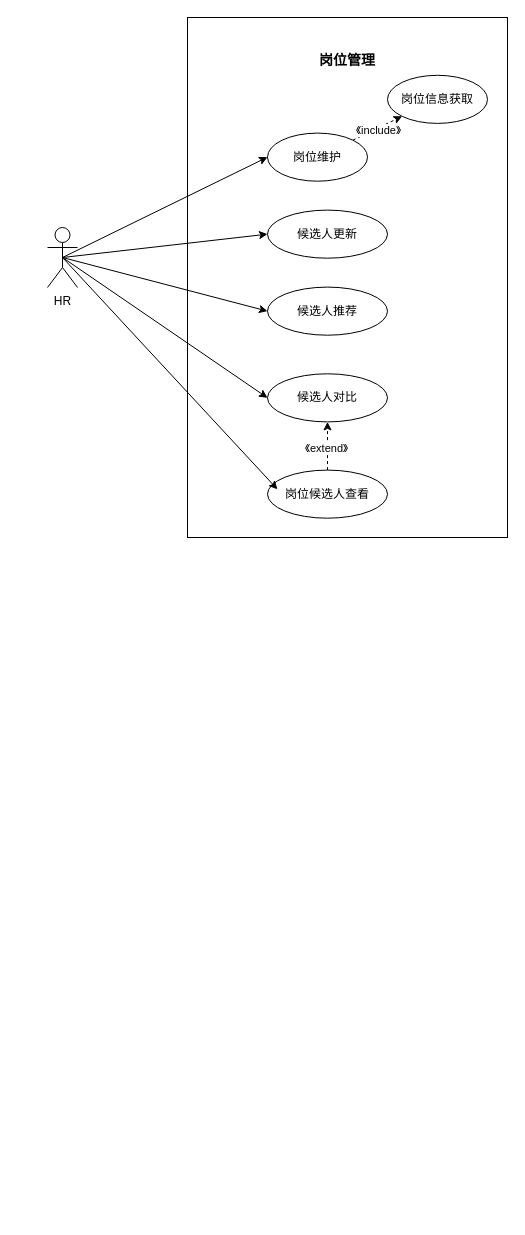
beyondgogogo/Graph keeps this draw.io diagram as 毕设用例图.drawio. Above is the earlier version. Source tidied: cells renumbered, new cells numbered last; positions are measured from the earlier drawing's top-left corner, leaving out a move shared by most shapes. Both pictures are drawn from the tidied source at 100%, with x=0, y=0 at pixel (47, 17).
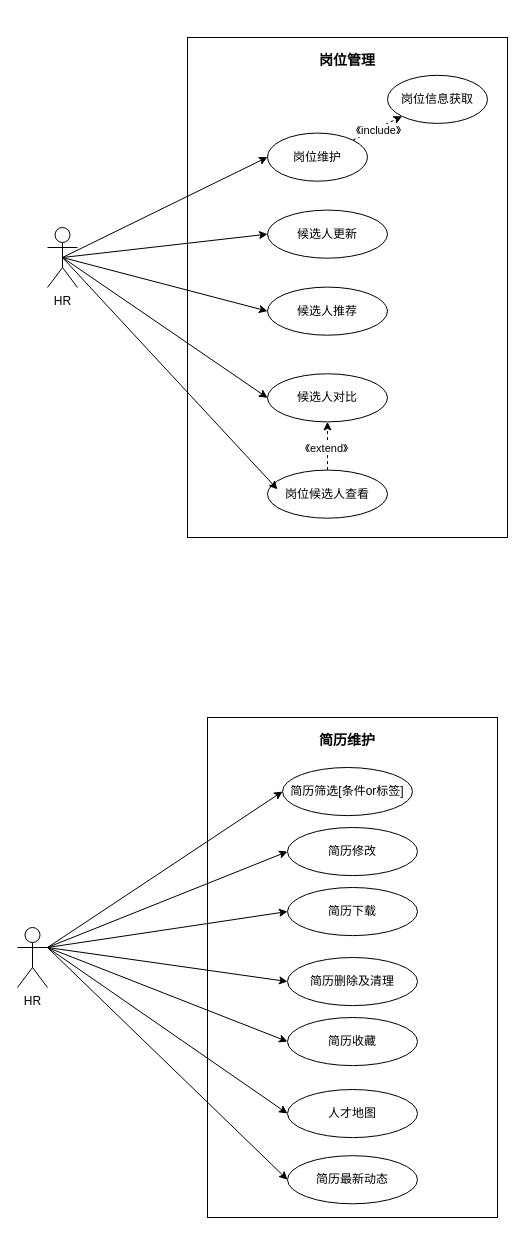
After the change.

Commit message (it also covers changes not shown here):
更新毕设用例图.drawio

The change refers to these unchanged cells:
```xml
<mxCell id="2" style="group;" parent="1" vertex="1">
  <mxGeometry x="140" width="320" height="520" as="geometry" />
</mxCell>
```

What changed in the source:
```diff
@@
+    <mxCell id="21" style="group;" parent="1" vertex="1">
+      <mxGeometry x="140" y="680" width="320" height="520" as="geometry" />
+    </mxCell>
+    <mxCell id="22" style="rounded=0;whiteSpace=wrap;html=1;" parent="21" vertex="1">
+      <mxGeometry x="20" y="20" width="290" height="500" as="geometry" />
+    </mxCell>
+    <mxCell id="23" value="&lt;b&gt;&lt;font style=&quot;font-size: 14px;&quot;&gt;简历维护&lt;/font&gt;&lt;/b&gt;" style="text;html=1;align=center;verticalAlign=middle;whiteSpace=wrap;rounded=0;" parent="21" vertex="1">
+      <mxGeometry x="130" y="28.9" width="60" height="28.9" as="geometry" />
+    </mxCell>
+    <mxCell id="24" value="简历筛选[条件or标签]" style="ellipse;whiteSpace=wrap;html=1;" parent="21" vertex="1">
+      <mxGeometry x="95" y="70" width="130" height="48.1" as="geometry" />
+    </mxCell>
+    <mxCell id="25" value="简历修改" style="ellipse;whiteSpace=wrap;html=1;" parent="21" vertex="1">
+      <mxGeometry x="100" y="130" width="130" height="48.1" as="geometry" />
+    </mxCell>
+    <mxCell id="26" value="简历下载" style="ellipse;whiteSpace=wrap;html=1;" parent="21" vertex="1">
+      <mxGeometry x="100" y="190" width="130" height="48.1" as="geometry" />
+    </mxCell>
+    <mxCell id="27" value="简历删除及清理" style="ellipse;whiteSpace=wrap;html=1;" parent="21" vertex="1">
+      <mxGeometry x="100" y="260" width="130" height="48.1" as="geometry" />
+    </mxCell>
+    <mxCell id="28" value="简历收藏" style="ellipse;whiteSpace=wrap;html=1;" parent="21" vertex="1">
+      <mxGeometry x="100" y="320" width="130" height="48.1" as="geometry" />
+    </mxCell>
+    <mxCell id="29" value="人才地图" style="ellipse;whiteSpace=wrap;html=1;" parent="21" vertex="1">
+      <mxGeometry x="100" y="392" width="130" height="48.1" as="geometry" />
+    </mxCell>
+    <mxCell id="30" value="简历最新动态" style="ellipse;whiteSpace=wrap;html=1;" parent="21" vertex="1">
+      <mxGeometry x="100" y="458.2" width="130" height="48.1" as="geometry" />
+    </mxCell>
@@
     <mxCell id="3" style="rounded=0;whiteSpace=wrap;html=1;" parent="2" vertex="1">
-      <mxGeometry width="320" height="520" as="geometry" />
+      <mxGeometry y="20" width="320" height="500" as="geometry" />
     </mxCell>
@@
+    <mxCell id="31" style="edgeStyle=none;rounded=0;jettySize=auto;html=1;exitX=1;exitY=0.3333333333333333;exitDx=0;exitDy=0;exitPerimeter=0;entryX=0;entryY=0.5;entryDx=0;entryDy=0;" parent="1" edge="1" source="37" target="25">
+      <mxGeometry relative="1" as="geometry" />
+    </mxCell>
+    <mxCell id="32" style="edgeStyle=none;rounded=0;jettySize=auto;html=1;exitX=1;exitY=0.3333333333333333;exitDx=0;exitDy=0;exitPerimeter=0;entryX=0;entryY=0.5;entryDx=0;entryDy=0;" parent="1" edge="1" source="37" target="26">
+      <mxGeometry relative="1" as="geometry" />
+    </mxCell>
+    <mxCell id="33" style="edgeStyle=none;rounded=0;jettySize=auto;html=1;exitX=1;exitY=0.3333333333333333;exitDx=0;exitDy=0;exitPerimeter=0;entryX=0;entryY=0.5;entryDx=0;entryDy=0;" parent="1" edge="1" source="37" target="27">
+      <mxGeometry relative="1" as="geometry" />
+    </mxCell>
+    <mxCell id="34" style="edgeStyle=none;rounded=0;jettySize=auto;html=1;exitX=1;exitY=0.3333333333333333;exitDx=0;exitDy=0;exitPerimeter=0;entryX=0;entryY=0.5;entryDx=0;entryDy=0;" parent="1" edge="1" source="37" target="28">
+      <mxGeometry relative="1" as="geometry" />
+    </mxCell>
+    <mxCell id="35" style="edgeStyle=none;rounded=0;jettySize=auto;html=1;exitX=1;exitY=0.3333333333333333;exitDx=0;exitDy=0;exitPerimeter=0;entryX=0;entryY=0.5;entryDx=0;entryDy=0;" parent="1" edge="1" source="37" target="29">
+      <mxGeometry relative="1" as="geometry" />
+    </mxCell>
+    <mxCell id="36" style="edgeStyle=none;rounded=0;jettySize=auto;html=1;exitX=1;exitY=0.3333333333333333;exitDx=0;exitDy=0;exitPerimeter=0;entryX=0;entryY=0.5;entryDx=0;entryDy=0;" parent="1" edge="1" source="37" target="30">
+      <mxGeometry relative="1" as="geometry" />
+    </mxCell>
+    <mxCell id="37" value="HR" style="shape=umlActor;verticalLabelPosition=bottom;verticalAlign=top;html=1;outlineConnect=0;" parent="1" vertex="1">
+      <mxGeometry x="-30" y="910" width="30" height="60" as="geometry" />
+    </mxCell>
+    <mxCell id="38" style="edgeStyle=none;rounded=0;jettySize=auto;html=1;entryX=0;entryY=0.5;entryDx=0;entryDy=0;" parent="1" edge="1" source="37" target="24">
+      <mxGeometry relative="1" as="geometry" />
+    </mxCell>
```
